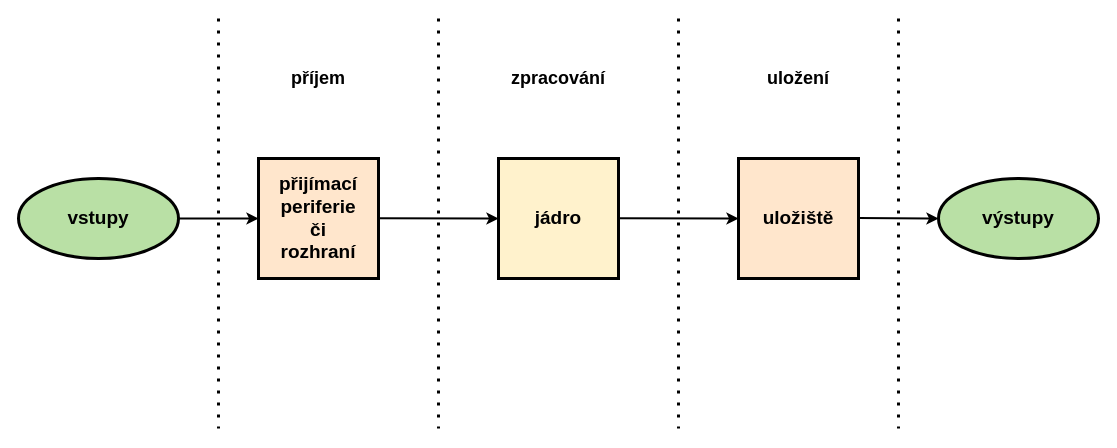
This is diagrams/common_digital_datalogger_scheme/common_digital_datalogger_scheme.drawio from Doly02/thesis, a draw.io file, before an edit. Source tidied: cells renumbered, new cells numbered last; positions are measured from the earlier drawing's top-left corner, leaving out a move shared by most shapes. Both pictures are drawn from the tidied source at 100%, with x=0, y=0 at pixel (18, 18).
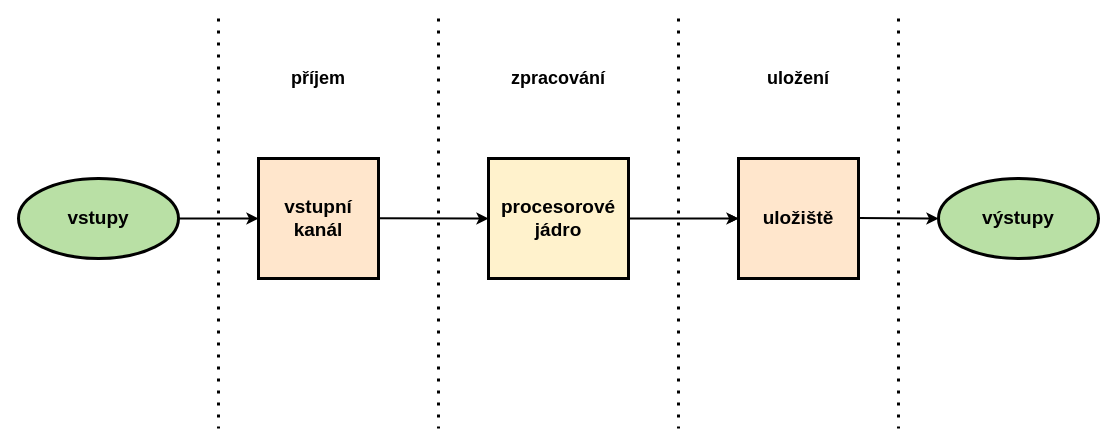
The same page after the edit.

Commit message (it also covers changes not shown here):
[TECH_REPORT] Updates Theory Section. Updates Diagrams Common Datalogger Scheme & MCU Recorder.

The change refers to these unchanged cells:
```xml
<mxCell id="10" style="rounded=0;whiteSpace=wrap;html=1;fillColor=#ffe6cc;strokeColor=#000000;strokeWidth=3;" parent="1" vertex="1">
  <mxGeometry x="720" y="140" width="120" height="120" as="geometry" />
</mxCell>
```

What changed in the source:
```diff
@@
-    <mxCell id="5" value="&lt;b&gt;&lt;font style=&quot;font-size: 19px;&quot;&gt;přijímací&lt;/font&gt;&lt;/b&gt;&lt;div&gt;&lt;span style=&quot;font-size: 19px;&quot;&gt;&lt;b&gt;periferie&lt;/b&gt;&lt;/span&gt;&lt;/div&gt;&lt;div&gt;&lt;span style=&quot;background-color: transparent; color: light-dark(rgb(0, 0, 0), rgb(255, 255, 255));&quot;&gt;&lt;b&gt;&lt;font style=&quot;font-size: 19px;&quot;&gt;či&lt;/font&gt;&lt;/b&gt;&lt;/span&gt;&lt;/div&gt;&lt;div&gt;&lt;span style=&quot;background-color: transparent; color: light-dark(rgb(0, 0, 0), rgb(255, 255, 255));&quot;&gt;&lt;b&gt;&lt;font style=&quot;font-size: 19px;&quot;&gt;rozhraní&lt;/font&gt;&lt;/b&gt;&lt;/span&gt;&lt;/div&gt;" style="text;html=1;align=center;verticalAlign=middle;whiteSpace=wrap;rounded=0;" parent="1" vertex="1">
+    <mxCell id="5" value="&lt;span style=&quot;font-size: 19px;&quot;&gt;&lt;b&gt;vstupní&lt;/b&gt;&lt;/span&gt;&lt;div&gt;&lt;span style=&quot;font-size: 19px;&quot;&gt;&lt;b&gt;kanál&lt;/b&gt;&lt;/span&gt;&lt;/div&gt;" style="text;html=1;align=center;verticalAlign=middle;whiteSpace=wrap;rounded=0;" parent="1" vertex="1">
       <mxGeometry x="250" y="175" width="100" height="50" as="geometry" />
     </mxCell>
+    <mxCell id="23" style="edgeStyle=orthogonalEdgeStyle;rounded=0;jettySize=auto;html=1;" parent="1" edge="1" source="6" target="10">
+      <mxGeometry relative="1" as="geometry" />
+    </mxCell>
     <mxCell id="6" style="rounded=0;whiteSpace=wrap;html=1;fillColor=#fff2cc;strokeColor=#000000;strokeWidth=3;" parent="1" vertex="1">
-      <mxGeometry x="480" y="140" width="120" height="120" as="geometry" />
+      <mxGeometry x="470" y="140" width="140" height="120" as="geometry" />
     </mxCell>
-    <mxCell id="7" value="&lt;font style=&quot;font-size: 19px;&quot;&gt;&lt;b style=&quot;&quot;&gt;jádro&lt;/b&gt;&lt;/font&gt;" style="text;html=1;align=center;verticalAlign=middle;whiteSpace=wrap;rounded=0;" parent="1" vertex="1">
+    <mxCell id="7" value="&lt;div&gt;&lt;font style=&quot;font-size: 19px;&quot;&gt;&lt;b style=&quot;&quot;&gt;procesorové&lt;/b&gt;&lt;/font&gt;&lt;/div&gt;&lt;font style=&quot;font-size: 19px;&quot;&gt;&lt;b style=&quot;&quot;&gt;jádro&lt;/b&gt;&lt;/font&gt;" style="text;html=1;align=center;verticalAlign=middle;whiteSpace=wrap;rounded=0;" parent="1" vertex="1">
       <mxGeometry x="490" y="175" width="100" height="50" as="geometry" />
     </mxCell>
@@
     <mxCell id="12" style="endArrow=classic;html=1;rounded=0;entryX=0;entryY=0.5;entryDx=0;entryDy=0;strokeWidth=2;" parent="1" edge="1">
       <mxGeometry relative="1" as="geometry">
-        <mxPoint x="600" y="199.8" as="sourcePoint" />
+        <mxPoint x="610" y="200" as="sourcePoint" />
         <mxPoint x="720" y="200.1" as="targetPoint" />
       </mxGeometry>
     </mxCell>
```
